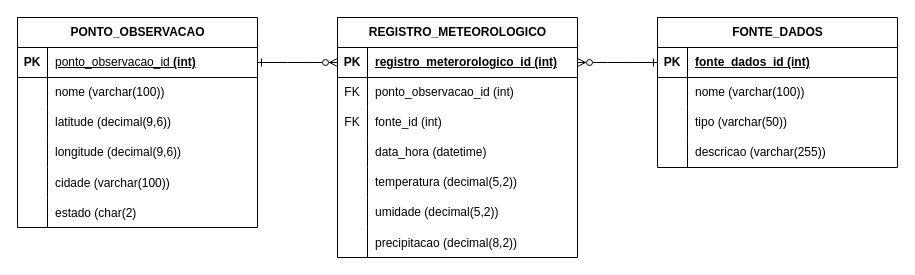
Earlier version of the draw.io diagram docs/modelo_entidade_relacionamento.drawio (NatanMauricio1995/analise_dados_meterologicos). Source tidied: cells renumbered, new cells numbered last; positions are measured from the earlier drawing's top-left corner, leaving out a move shared by most shapes. Both pictures are drawn from the tidied source at 100%, with x=0, y=0 at pixel (17, 17).
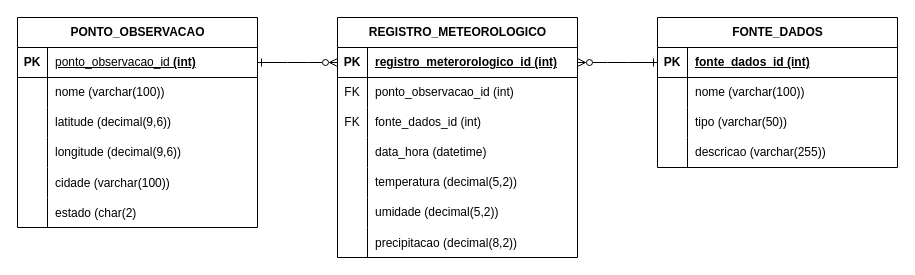
The same page after the edit.

The change refers to these unchanged cells:
```xml
<mxCell id="28" style="shape=tableRow;horizontal=0;startSize=0;swimlaneHead=0;swimlaneBody=0;fillColor=none;top=0;left=0;right=0;bottom=0;" parent="21" vertex="1">
  <mxGeometry y="90" width="240" height="30" as="geometry" />
</mxCell>
```

Diff of the diagram source:
```diff
@@
-    <mxCell id="30" value="fonte_id (int)" style="shape=partialRectangle;fillColor=none;top=0;left=0;bottom=0;right=0;align=left;spacingLeft=6;fontStyle=0;overflow=hidden;whiteSpace=wrap;html=1;" parent="28" vertex="1">
+    <mxCell id="30" value="fonte_dados_id (int)" style="shape=partialRectangle;fillColor=none;top=0;left=0;bottom=0;right=0;align=left;spacingLeft=6;fontStyle=0;overflow=hidden;whiteSpace=wrap;html=1;" parent="28" vertex="1">
       <mxGeometry x="30" width="210" height="30" as="geometry" />
     </mxCell>
```
